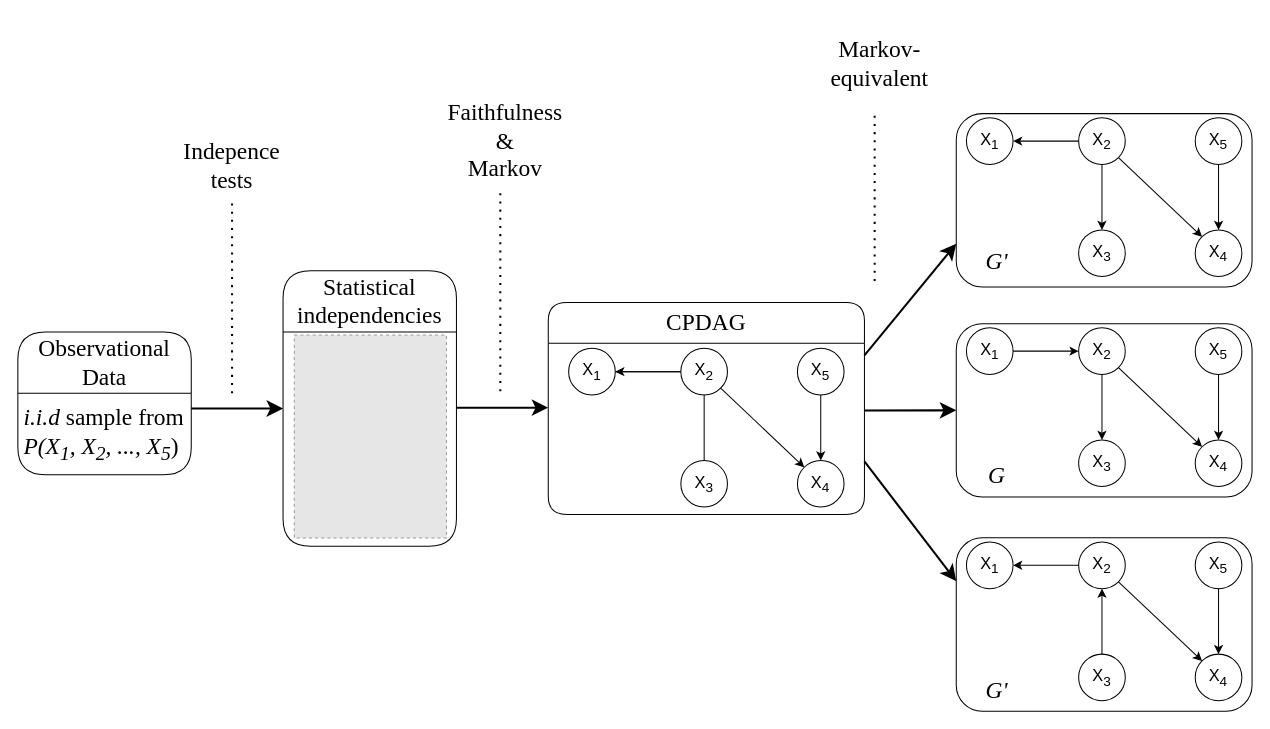
This is Research Report/img/CBsummaryedited.drawio from KyuriP/Discovering_CCM, a draw.io file, before an edit. Source tidied: cells renumbered, new cells numbered last; positions are measured from the earlier drawing's top-left corner, leaving out a move shared by most shapes. Both pictures are drawn from the tidied source at 102%, with x=0, y=0 at pixel (17, 17). Pictures stored in the file or linked from it are replaced by grey dashed boxes.
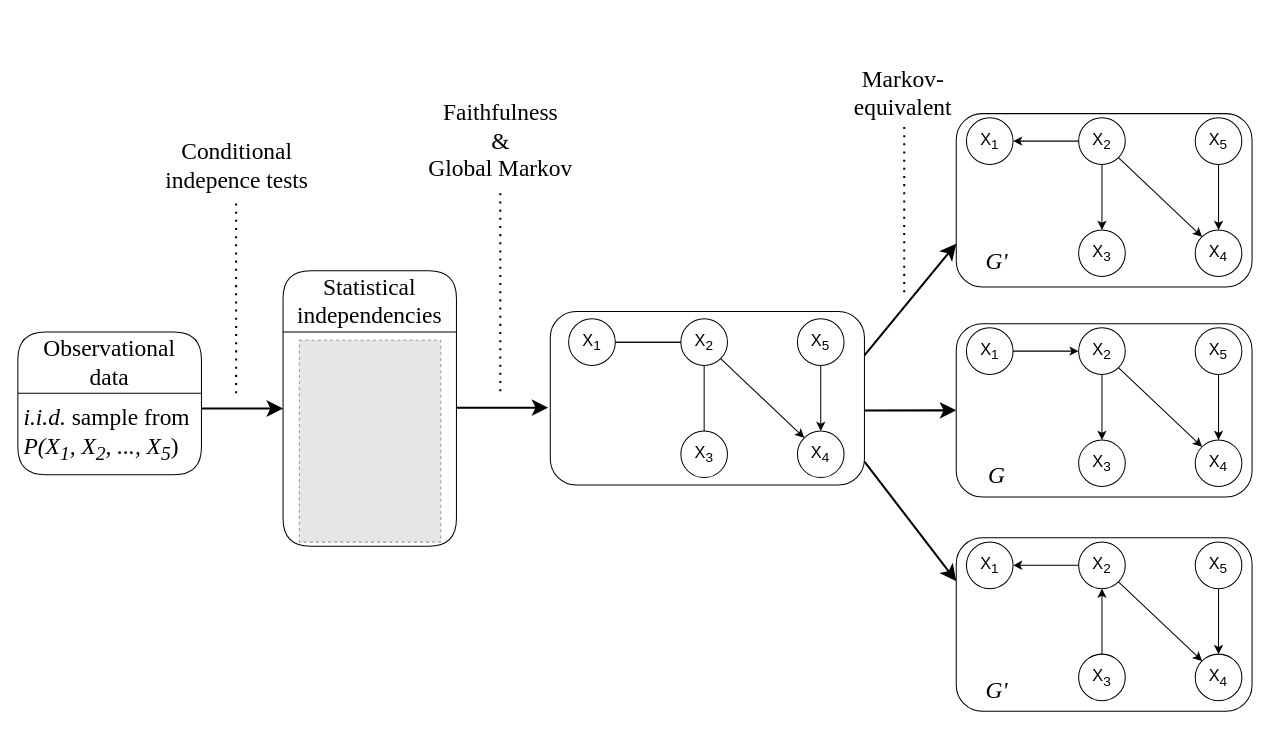
Above is the later version.

The change refers to these unchanged cells:
```xml
<mxCell id="4" value="&lt;font style=&quot;font-size: 23px;&quot; face=&quot;Times New Roman&quot;&gt;Statistical independencies&lt;/font&gt;" style="swimlane;fontStyle=0;horizontal=1;startSize=60;whiteSpace=wrap;html=1;rounded=1;" parent="1" vertex="1">
  <mxGeometry x="260" y="248" width="170" height="270" as="geometry" />
</mxCell>
<mxCell id="30" style="rounded=1;whiteSpace=wrap;html=1;fontFamily=Times New Roman;fontSize=23;" parent="29" vertex="1">
  <mxGeometry x="-120" y="-4.1" width="290" height="170" as="geometry" />
</mxCell>
<mxCell id="43" style="rounded=1;whiteSpace=wrap;html=1;fontFamily=Times New Roman;fontSize=23;" parent="42" vertex="1">
  <mxGeometry x="-120" y="-4.1" width="290" height="170" as="geometry" />
</mxCell>
<mxCell id="59" style="group;" parent="58" vertex="1">
  <mxGeometry x="20" y="5" width="290" height="167.9" as="geometry" />
</mxCell>
<mxCell id="61" value="&lt;font style=&quot;font-size: 16px;&quot;&gt;X&lt;sub&gt;2&lt;/sub&gt;&lt;/font&gt;" style="ellipse;whiteSpace=wrap;html=1;" parent="60" vertex="1">
  <mxGeometry width="45.7" height="45.7" as="geometry" />
</mxCell>
<mxCell id="68" value="&lt;font style=&quot;font-size: 16px;&quot;&gt;X&lt;sub&gt;1&lt;/sub&gt;&lt;/font&gt;" style="ellipse;whiteSpace=wrap;html=1;" parent="59" vertex="1">
  <mxGeometry width="45.7" height="45.7" as="geometry" />
</mxCell>
```

What changed in the source:
```diff
@@
-    <mxCell id="2" value="&lt;font face=&quot;Times New Roman&quot; style=&quot;font-size: 23px;&quot;&gt;Observational Data&lt;/font&gt;" style="swimlane;fontStyle=0;horizontal=1;startSize=60;whiteSpace=wrap;html=1;rounded=1;" parent="1" vertex="1">
-      <mxGeometry y="308" width="170" height="140" as="geometry" />
+    <mxCell id="2" value="&lt;font face=&quot;Times New Roman&quot; style=&quot;font-size: 23px;&quot;&gt;Observational &lt;br&gt;data&lt;/font&gt;" style="swimlane;fontStyle=0;horizontal=1;startSize=60;whiteSpace=wrap;html=1;rounded=1;" parent="1" vertex="1">
+      <mxGeometry y="308" width="180" height="140" as="geometry" />
     </mxCell>
-    <mxCell id="3" value="&lt;font face=&quot;Times New Roman&quot; style=&quot;font-size: 23px;&quot;&gt;&lt;i&gt;i.i.d&lt;/i&gt; sample from &lt;br&gt;&lt;i&gt;P(X&lt;sub&gt;1&lt;/sub&gt;, X&lt;sub&gt;2&lt;/sub&gt;, ..., X&lt;sub&gt;5&lt;/sub&gt;&lt;/i&gt;)&lt;/font&gt;" style="text;strokeColor=none;fillColor=none;align=left;verticalAlign=middle;spacingLeft=4;spacingRight=4;overflow=hidden;whiteSpace=wrap;html=1;" parent="2" vertex="1">
-      <mxGeometry y="60" width="170" height="80" as="geometry" />
+    <mxCell id="3" value="&lt;font face=&quot;Times New Roman&quot; style=&quot;font-size: 23px;&quot;&gt;&lt;i&gt;i.i.d.&lt;/i&gt; sample from &lt;br&gt;&lt;i&gt;P(X&lt;sub&gt;1&lt;/sub&gt;, X&lt;sub&gt;2&lt;/sub&gt;, ..., X&lt;sub&gt;5&lt;/sub&gt;&lt;/i&gt;)&lt;/font&gt;" style="text;strokeColor=none;fillColor=none;align=left;verticalAlign=middle;spacingLeft=4;spacingRight=4;overflow=hidden;whiteSpace=wrap;html=1;" parent="2" vertex="1">
+      <mxGeometry y="60" width="180" height="80" as="geometry" />
     </mxCell>
@@
-    <mxCell id="5" style="fillColor=#E6E6E6;strokeColor=#999999;dashed=1;verticalLabelPosition=bottom;verticalAlign=top;fontFamily=Times New Roman;fontColor=#000000;" parent="1" vertex="1">
-      <mxGeometry x="271" y="311" width="149.2" height="199" as="geometry" />
-    </mxCell>
-    <mxCell id="6" style="endArrow=classic;html=1;rounded=0;strokeWidth=2;fontFamily=Times New Roman;fontSize=23;fontColor=#000000;endSize=10;jumpSize=15;entryX=0;entryY=0.75;entryDx=0;entryDy=0;exitX=1;exitY=0.25;exitDx=0;exitDy=0;" parent="1" edge="1" source="57" target="30">
-      <mxGeometry relative="1" as="geometry" />
+    <mxCell id="6" style="endArrow=classic;html=1;rounded=0;strokeWidth=2;fontFamily=Times New Roman;fontSize=23;fontColor=#000000;endSize=10;jumpSize=15;entryX=0;entryY=0.75;entryDx=0;entryDy=0;exitX=1;exitY=0.25;exitDx=0;exitDy=0;" parent="1" edge="1" target="30">
+      <mxGeometry relative="1" as="geometry">
+        <mxPoint x="830" y="331" as="sourcePoint" />
+      </mxGeometry>
     </mxCell>
@@
-    <mxCell id="8" style="endArrow=classic;html=1;rounded=0;strokeWidth=2;fontFamily=Times New Roman;fontSize=23;fontColor=#000000;endSize=10;jumpSize=15;entryX=0;entryY=0.25;entryDx=0;entryDy=0;exitX=1;exitY=0.75;exitDx=0;exitDy=0;" parent="1" edge="1" source="57" target="43">
-      <mxGeometry relative="1" as="geometry" />
+    <mxCell id="8" style="endArrow=classic;html=1;rounded=0;strokeWidth=2;fontFamily=Times New Roman;fontSize=23;fontColor=#000000;endSize=10;jumpSize=15;entryX=0;entryY=0.25;entryDx=0;entryDy=0;exitX=1;exitY=0.75;exitDx=0;exitDy=0;" parent="1" edge="1" target="43">
+      <mxGeometry relative="1" as="geometry">
+        <mxPoint x="830" y="435" as="sourcePoint" />
+      </mxGeometry>
     </mxCell>
-    <mxCell id="9" value="Indepence tests" style="text;strokeColor=none;fillColor=none;align=center;verticalAlign=middle;spacingLeft=4;spacingRight=4;overflow=hidden;whiteSpace=wrap;html=1;rounded=1;fontFamily=Times New Roman;fontSize=23;fontColor=#000000;" parent="1" vertex="1">
-      <mxGeometry x="155" y="107.1" width="110" height="75.9" as="geometry" />
+    <mxCell id="9" value="Conditional&lt;br&gt;indepence tests" style="text;strokeColor=none;fillColor=none;align=center;verticalAlign=middle;spacingLeft=4;spacingRight=4;overflow=hidden;whiteSpace=wrap;html=1;rounded=1;fontFamily=Times New Roman;fontSize=23;fontColor=#000000;" parent="1" vertex="1">
+      <mxGeometry x="135" y="98" width="160" height="94.9" as="geometry" />
     </mxCell>
-    <mxCell id="10" value="Faithfulness&lt;br&gt;&amp;amp;&lt;br&gt;Markov" style="text;strokeColor=none;fillColor=none;align=center;verticalAlign=middle;spacingLeft=4;spacingRight=4;overflow=hidden;whiteSpace=wrap;html=1;rounded=1;fontFamily=Times New Roman;fontSize=23;fontColor=#000000;" parent="1" vertex="1">
-      <mxGeometry x="413" y="75" width="130" height="91.9" as="geometry" />
+    <mxCell id="10" value="Faithfulness&lt;br&gt;&amp;amp;&lt;br&gt;Global Markov" style="text;strokeColor=none;fillColor=none;align=center;verticalAlign=middle;spacingLeft=4;spacingRight=4;overflow=hidden;whiteSpace=wrap;html=1;rounded=1;fontFamily=Times New Roman;fontSize=23;fontColor=#000000;" parent="1" vertex="1">
+      <mxGeometry x="395" y="75" width="157" height="91.9" as="geometry" />
     </mxCell>
     <mxCell id="11" style="endArrow=none;dashed=1;html=1;dashPattern=1 3;strokeWidth=2;rounded=0;fontFamily=Times New Roman;fontSize=23;fontColor=#000000;endSize=10;jumpSize=15;" parent="1" edge="1">
       <mxGeometry relative="1" as="geometry">
-        <mxPoint x="210" y="368" as="sourcePoint" />
-        <mxPoint x="210" y="178" as="targetPoint" />
+        <mxPoint x="214" y="368" as="sourcePoint" />
+        <mxPoint x="214" y="178" as="targetPoint" />
       </mxGeometry>
     </mxCell>
@@
     <mxCell id="13" style="endArrow=classic;html=1;rounded=0;strokeWidth=2;fontFamily=Times New Roman;fontSize=23;fontColor=#000000;endSize=10;jumpSize=15;entryX=0;entryY=0.5;entryDx=0;entryDy=0;" parent="1" edge="1" target="4">
       <mxGeometry relative="1" as="geometry">
-        <mxPoint x="170" y="383" as="sourcePoint" />
+        <mxPoint x="180" y="383" as="sourcePoint" />
       </mxGeometry>
     </mxCell>
@@
     <mxCell id="55" value="Markov-equivalent" style="text;strokeColor=none;fillColor=none;align=center;verticalAlign=middle;spacingLeft=4;spacingRight=4;overflow=hidden;whiteSpace=wrap;html=1;rounded=1;fontFamily=Times New Roman;fontSize=23;fontColor=#000000;" parent="1" vertex="1">
-      <mxGeometry x="780" y="-0.5" width="130" height="91.9" as="geometry" />
+      <mxGeometry x="803" y="28" width="130" height="91.9" as="geometry" />
     </mxCell>
     <mxCell id="56" style="endArrow=none;dashed=1;html=1;dashPattern=1 3;strokeWidth=2;rounded=0;fontFamily=Times New Roman;fontSize=23;fontColor=#000000;endSize=10;jumpSize=15;" parent="1" edge="1">
       <mxGeometry relative="1" as="geometry">
-        <mxPoint x="840" y="258" as="sourcePoint" />
-        <mxPoint x="840" y="90.5" as="targetPoint" />
+        <mxPoint x="869" y="269" as="sourcePoint" />
+        <mxPoint x="869" y="101.5" as="targetPoint" />
       </mxGeometry>
     </mxCell>
-    <mxCell id="57" value="&lt;font style=&quot;font-size: 23px;&quot; face=&quot;Times New Roman&quot;&gt;CPDAG&lt;/font&gt;" style="swimlane;fontStyle=0;horizontal=1;startSize=40;whiteSpace=wrap;html=1;rounded=1;" parent="1" vertex="1">
-      <mxGeometry x="520" y="279" width="310" height="207.9" as="geometry" />
-    </mxCell>
+    <mxCell id="71" style="fillColor=#E6E6E6;strokeColor=#999999;dashed=1;verticalLabelPosition=bottom;verticalAlign=top;fontSize=23;html=1;" parent="1" vertex="1">
+      <mxGeometry x="276" y="316" width="138.6" height="198" as="geometry" />
+    </mxCell>
+    <mxCell id="72" style="rounded=1;whiteSpace=wrap;html=1;" parent="1" vertex="1">
+      <mxGeometry x="522" y="288" width="308" height="170" as="geometry" />
+    </mxCell>
-    <mxCell id="58" style="group;" parent="57" vertex="1">
-      <mxGeometry y="40" width="310" height="167.9" as="geometry" />
+    <mxCell id="58" style="group;" parent="1" vertex="1">
+      <mxGeometry x="520" y="290.1" width="310" height="167.9" as="geometry" />
     </mxCell>
@@
-    <mxCell id="70" style="edgeStyle=orthogonalEdgeStyle;rounded=0;jettySize=auto;html=1;" parent="59" edge="1" source="61" target="68">
+    <mxCell id="70" style="edgeStyle=orthogonalEdgeStyle;rounded=0;jettySize=auto;html=1;endArrow=none;endFill=0;" parent="59" edge="1" source="61" target="68">
       <mxGeometry relative="1" as="geometry" />
     </mxCell>
```
